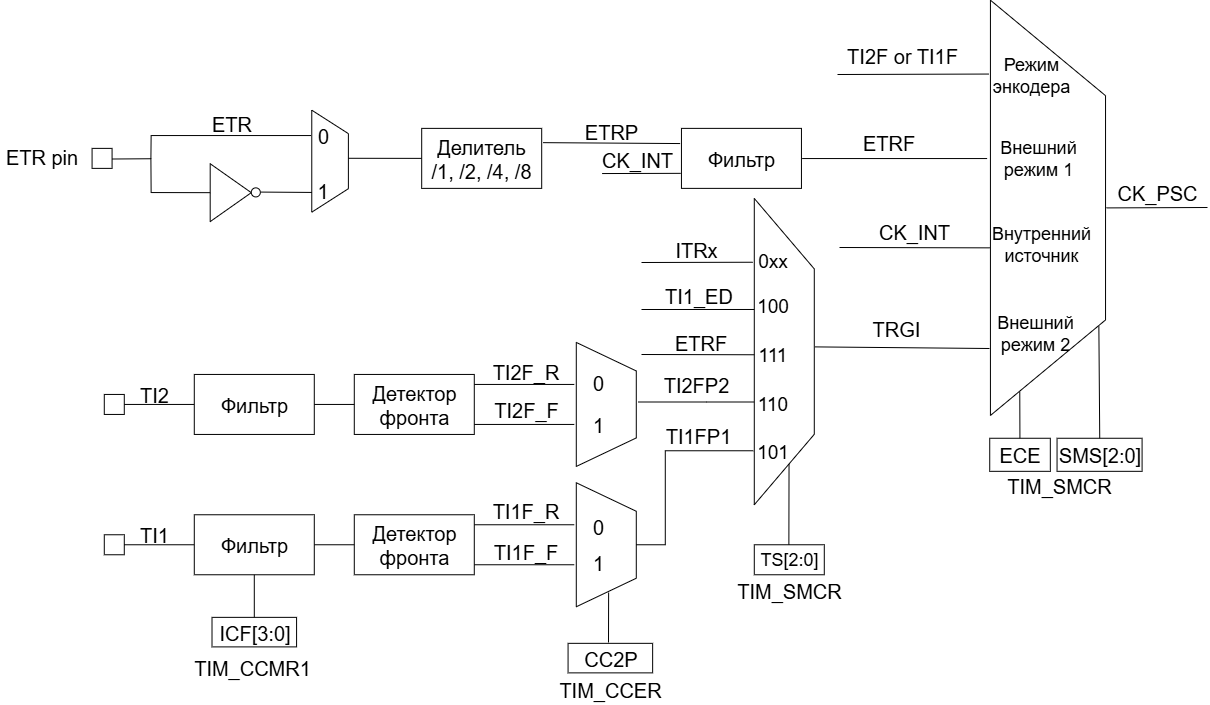
Before: doc/img/clock_select.png, a diagram exported from draw.io (s-zasorin/General-Purpose-Timers). Source tidied: cells renumbered, new cells last; positions are measured from the earlier drawing's top-left corner, leaving out a move shared by most shapes.
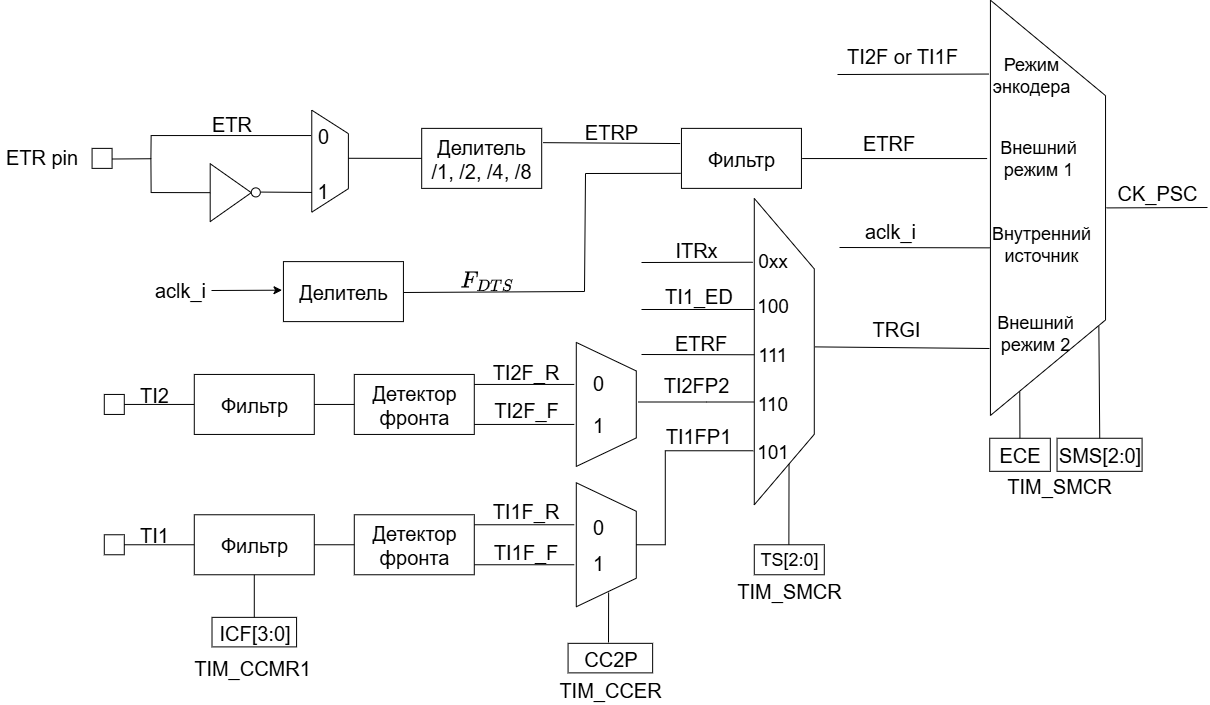
The same diagram one commit later.

The edit, as a diff of the source:
```diff
@@ -1,4 +1,4 @@
-<mxGraphModel>
+<mxGraphModel math="1">
   <root>
     <mxCell id="0" />
     <mxCell id="1" parent="0" />
@@ -220,16 +220,17 @@
     </mxCell>
     <mxCell id="52" style="endArrow=none;html=1;rounded=0;" parent="1" edge="1">
       <mxGeometry relative="1" as="geometry">
-        <mxPoint x="602.6" y="133.1" as="sourcePoint" />
+        <mxPoint x="404" y="252" as="sourcePoint" />
         <mxPoint x="681.2" y="132.8" as="targetPoint" />
+        <Array as="points">
+          <mxPoint x="585" y="251" />
+          <mxPoint x="586" y="133" />
+        </Array>
       </mxGeometry>
     </mxCell>
     <mxCell id="53" value="&lt;font style=&quot;font-size: 20px;&quot;&gt;ETRP&lt;/font&gt;" style="text;html=1;align=center;verticalAlign=middle;whiteSpace=wrap;rounded=0;" parent="1" vertex="1">
       <mxGeometry x="595.7" y="84.2" width="31.9" height="14.2" as="geometry" />
     </mxCell>
-    <mxCell id="54" value="&lt;font style=&quot;font-size: 20px;&quot;&gt;CK_INT&lt;/font&gt;" style="text;html=1;align=center;verticalAlign=middle;whiteSpace=wrap;rounded=0;" parent="1" vertex="1">
-      <mxGeometry x="619.3" y="107.9" width="37.6" height="21.3" as="geometry" />
-    </mxCell>
     <mxCell id="55" style="endArrow=none;html=1;rounded=0;entryX=0.13;entryY=0.99;entryDx=0;entryDy=0;entryPerimeter=0;" parent="1" edge="1">
       <mxGeometry relative="1" as="geometry">
         <mxPoint x="261.4" y="151.6" as="sourcePoint" />
@@ -263,8 +264,8 @@
         <mxPoint x="990.3" y="207.4" as="targetPoint" />
       </mxGeometry>
     </mxCell>
-    <mxCell id="63" value="&lt;font style=&quot;font-size: 20px;&quot;&gt;CK_INT&lt;/font&gt;" style="text;html=1;align=center;verticalAlign=middle;whiteSpace=wrap;rounded=0;" parent="1" vertex="1">
-      <mxGeometry x="885.1" y="176.5" width="60" height="30" as="geometry" />
+    <mxCell id="63" value="&lt;font style=&quot;font-size: 20px;&quot;&gt;aclk_i&lt;/font&gt;" style="text;html=1;align=center;verticalAlign=middle;whiteSpace=wrap;rounded=0;" parent="1" vertex="1">
+      <mxGeometry x="861.5" y="175.3" width="60" height="30" as="geometry" />
     </mxCell>
     <mxCell id="64" value="&lt;font style=&quot;font-size: 20px;&quot;&gt;TI2F_R&lt;/font&gt;" style="text;html=1;align=center;verticalAlign=middle;whiteSpace=wrap;rounded=0;" parent="1" vertex="1">
       <mxGeometry x="500" y="317.2" width="53.1" height="26.7" as="geometry" />
@@ -364,5 +365,20 @@
     <mxCell id="91" value="&lt;font style=&quot;font-size: 20px;&quot;&gt;1&lt;/font&gt;" style="text;html=1;align=center;verticalAlign=middle;whiteSpace=wrap;rounded=0;" parent="1" vertex="1">
       <mxGeometry x="587.5" y="514.3" width="23.6" height="15.3" as="geometry" />
     </mxCell>
+    <mxCell id="92" value="&lt;font style=&quot;font-size: 20px;&quot;&gt;aclk_i&lt;/font&gt;" style="text;html=1;align=center;verticalAlign=middle;whiteSpace=wrap;rounded=0;" parent="1" vertex="1">
+      <mxGeometry x="150.7" y="234.3" width="60" height="30" as="geometry" />
+    </mxCell>
+    <mxCell id="93" value="&lt;font style=&quot;font-size: 20px;&quot;&gt;Делитель&lt;/font&gt;" style="rounded=0;whiteSpace=wrap;html=1;" parent="1" vertex="1">
+      <mxGeometry x="283.9" y="221.1" width="120" height="60" as="geometry" />
+    </mxCell>
+    <mxCell id="94" style="endArrow=classic;html=1;rounded=0;" parent="1" edge="1">
+      <mxGeometry relative="1" as="geometry">
+        <mxPoint x="212" y="250" as="sourcePoint" />
+        <mxPoint x="282.5" y="249.7" as="targetPoint" />
+      </mxGeometry>
+    </mxCell>
+    <mxCell id="95" value="&lt;span style=&quot;font-size: 20px;&quot;&gt;$$F_{DTS}$$&lt;/span&gt;" style="text;html=1;align=center;verticalAlign=middle;whiteSpace=wrap;rounded=0;" parent="1" vertex="1">
+      <mxGeometry x="464.6" y="229.6" width="46.1" height="19.1" as="geometry" />
+    </mxCell>
   </root>
 </mxGraphModel>
```
